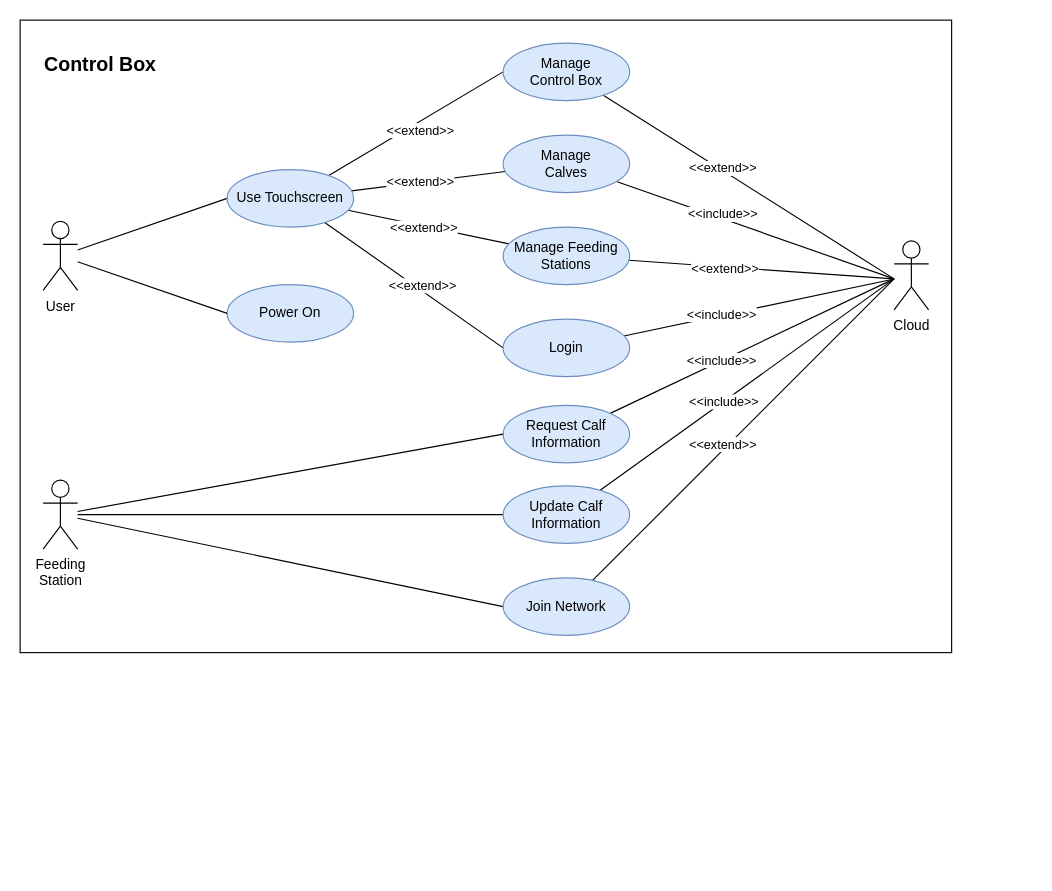
Earlier version of the draw.io diagram page "UseCasesControlBox" (1 of 3) of Spec/SystemDiagrams.drawio (Ner027/MooFeeder). Source tidied: cells renumbered, new cells numbered last; positions are measured from the earlier drawing's top-left corner, leaving out a move shared by most shapes. Both pictures are drawn from the tidied source at 115%, with x=0, y=0 at pixel (20, 20).
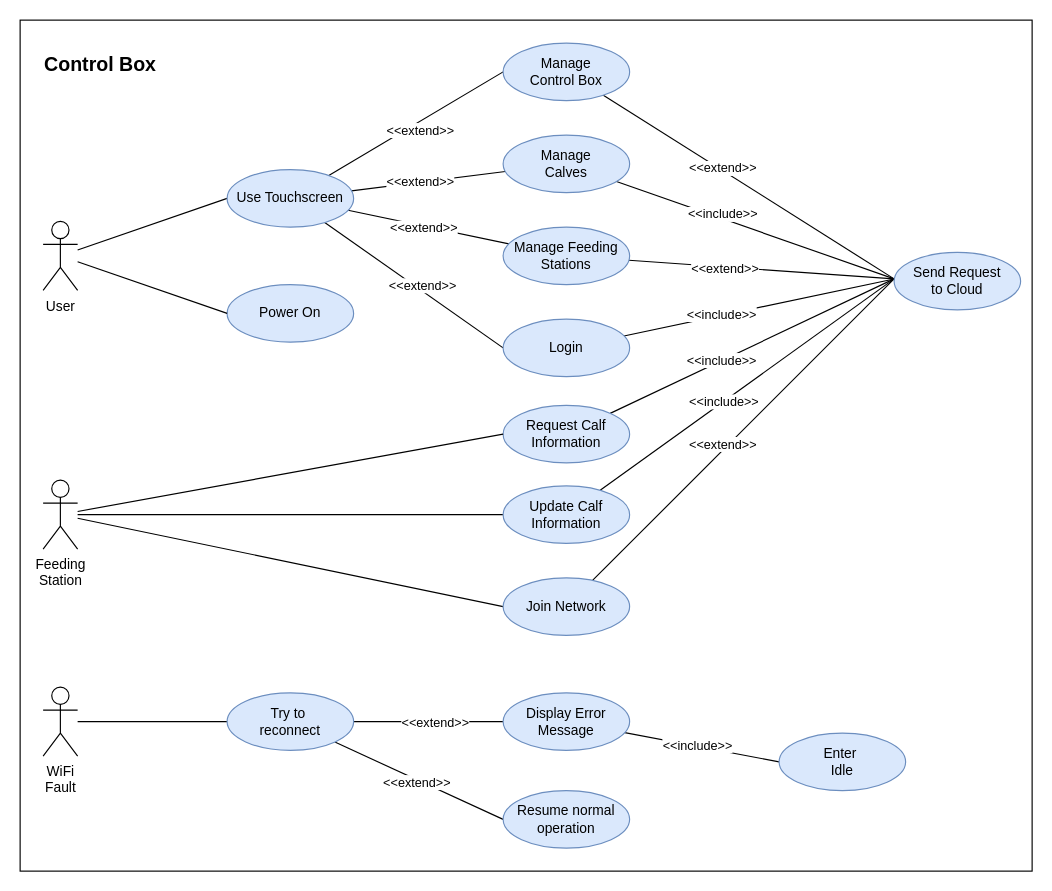
After the change.

Unchanged cells that the change refers to:
```xml
<mxCell id="16" value="Login" style="ellipse;whiteSpace=wrap;html=1;fillColor=#dae8fc;strokeColor=#6c8ebf;" parent="1" vertex="1">
  <mxGeometry x="420" y="260" width="110" height="50" as="geometry" />
</mxCell>
```

Diff of the diagram source:
```diff
@@
     <mxCell id="2" style="rounded=0;whiteSpace=wrap;html=1;" parent="1" vertex="1">
-      <mxGeometry width="810" height="550" as="geometry" />
+      <mxGeometry width="880" height="740" as="geometry" />
     </mxCell>
@@
-    <mxCell id="14" style="rounded=0;jettySize=auto;html=1;endArrow=none;endFill=0;" parent="1" edge="1" source="16" target="25">
-      <mxGeometry relative="1" as="geometry" />
+    <mxCell id="14" style="rounded=0;jettySize=auto;html=1;endArrow=none;endFill=0;" parent="1" edge="1" source="16">
+      <mxGeometry relative="1" as="geometry">
+        <mxPoint x="760" y="225.1" as="targetPoint" />
+      </mxGeometry>
     </mxCell>
@@
-    <mxCell id="25" value="Cloud" style="shape=umlActor;verticalLabelPosition=bottom;verticalAlign=top;html=1;outlineConnect=0;" parent="1" vertex="1">
-      <mxGeometry x="760" y="192" width="30" height="60" as="geometry" />
-    </mxCell>
@@
+    <mxCell id="43" value="Send Request&lt;br&gt;to Cloud" style="ellipse;whiteSpace=wrap;html=1;fillColor=#dae8fc;strokeColor=#6c8ebf;" parent="1" vertex="1">
+      <mxGeometry x="760" y="202" width="110" height="50" as="geometry" />
+    </mxCell>
+    <mxCell id="44" style="edgeStyle=orthogonalEdgeStyle;rounded=0;jettySize=auto;html=1;endArrow=none;endFill=0;" parent="1" edge="1" source="45" target="50">
+      <mxGeometry relative="1" as="geometry" />
+    </mxCell>
+    <mxCell id="45" value="WiFi&lt;br&gt;Fault" style="shape=umlActor;verticalLabelPosition=bottom;verticalAlign=top;html=1;outlineConnect=0;" parent="1" vertex="1">
+      <mxGeometry x="20" y="580" width="30" height="60" as="geometry" />
+    </mxCell>
+    <mxCell id="46" style="edgeStyle=orthogonalEdgeStyle;rounded=0;jettySize=auto;html=1;endArrow=none;endFill=0;" parent="1" edge="1" source="50" target="53">
+      <mxGeometry relative="1" as="geometry" />
+    </mxCell>
+    <mxCell id="47" value="&amp;lt;&amp;lt;extend&amp;gt;&amp;gt;" style="edgeLabel;html=1;align=center;verticalAlign=middle;" parent="46" vertex="1">
+      <mxGeometry x="-0.06" y="-1" relative="1" as="geometry">
+        <mxPoint x="9" y="-1" as="offset" />
+      </mxGeometry>
+    </mxCell>
+    <mxCell id="48" style="rounded=0;jettySize=auto;html=1;entryX=0;entryY=0.5;entryDx=0;entryDy=0;endArrow=none;endFill=0;" parent="1" edge="1" source="50" target="54">
+      <mxGeometry relative="1" as="geometry" />
+    </mxCell>
+    <mxCell id="49" value="&amp;lt;&amp;lt;extend&amp;gt;&amp;gt;" style="edgeLabel;html=1;align=center;verticalAlign=middle;" parent="48" vertex="1">
+      <mxGeometry x="-0.03" y="-1" relative="1" as="geometry">
+        <mxPoint y="1" as="offset" />
+      </mxGeometry>
+    </mxCell>
+    <mxCell id="50" value="Try to&amp;nbsp;&lt;br&gt;reconnect" style="ellipse;whiteSpace=wrap;html=1;fillColor=#dae8fc;strokeColor=#6c8ebf;" parent="1" vertex="1">
+      <mxGeometry x="180" y="585" width="110" height="50" as="geometry" />
+    </mxCell>
+    <mxCell id="51" style="rounded=0;jettySize=auto;html=1;entryX=0;entryY=0.5;entryDx=0;entryDy=0;endArrow=none;endFill=0;" parent="1" edge="1" source="53" target="55">
+      <mxGeometry relative="1" as="geometry" />
+    </mxCell>
+    <mxCell id="52" value="&amp;lt;&amp;lt;include&amp;gt;&amp;gt;" style="edgeLabel;html=1;align=center;verticalAlign=middle;" parent="51" vertex="1">
+      <mxGeometry x="-0.06" y="1" relative="1" as="geometry" />
+    </mxCell>
+    <mxCell id="53" value="Display Error&lt;br&gt;Message" style="ellipse;whiteSpace=wrap;html=1;fillColor=#dae8fc;strokeColor=#6c8ebf;" parent="1" vertex="1">
+      <mxGeometry x="420" y="585" width="110" height="50" as="geometry" />
+    </mxCell>
+    <mxCell id="54" value="Resume normal&lt;br&gt;operation" style="ellipse;whiteSpace=wrap;html=1;fillColor=#dae8fc;strokeColor=#6c8ebf;" parent="1" vertex="1">
+      <mxGeometry x="420" y="670" width="110" height="50" as="geometry" />
+    </mxCell>
+    <mxCell id="55" value="Enter&amp;nbsp;&lt;br&gt;Idle" style="ellipse;whiteSpace=wrap;html=1;fillColor=#dae8fc;strokeColor=#6c8ebf;" parent="1" vertex="1">
+      <mxGeometry x="660" y="620" width="110" height="50" as="geometry" />
+    </mxCell>
```
